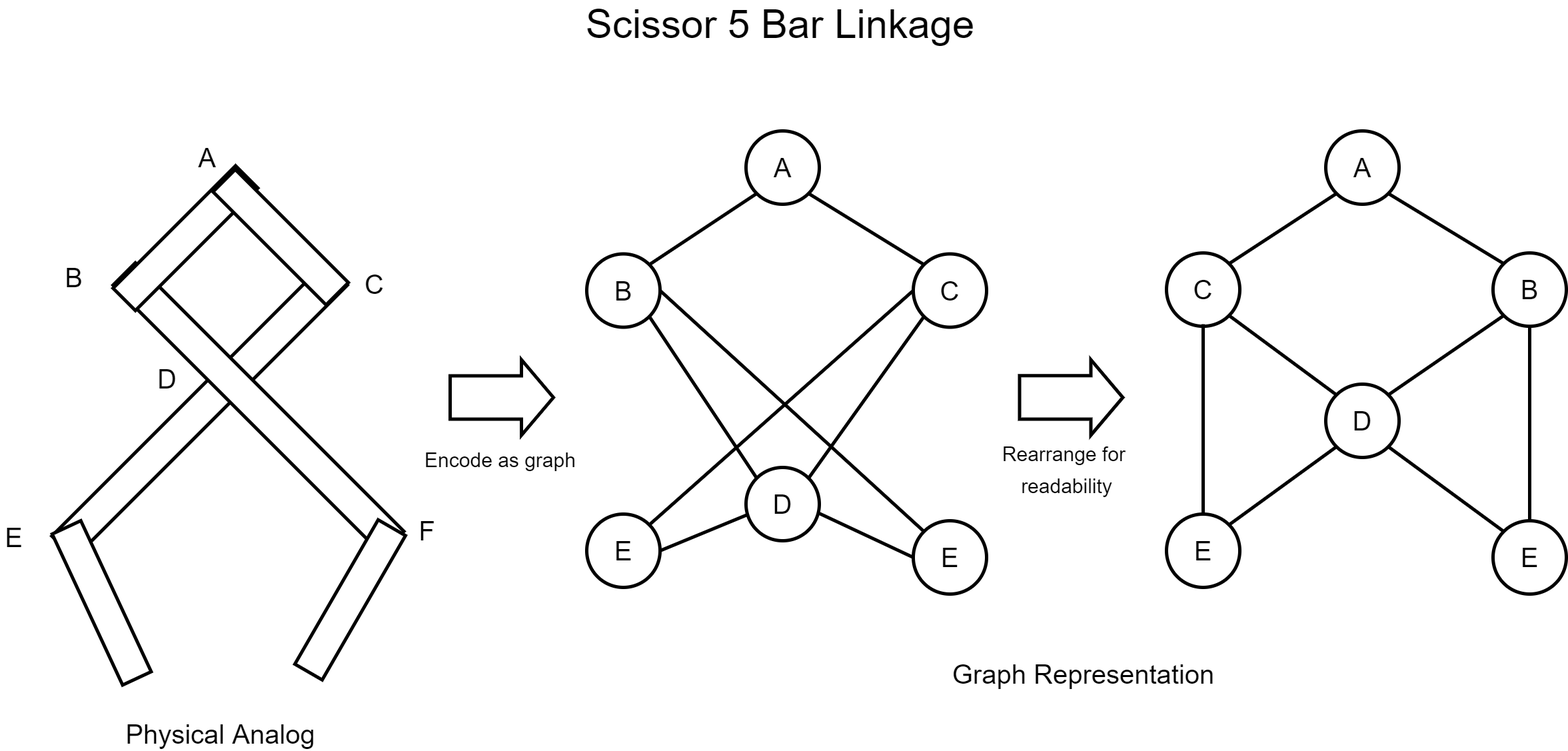
This is assets/diagrams/scissor_5bl.png from brandon-gamble/drawing_machine, a draw.io export, as it was before one commit. Source tidied: cells renumbered, new cells last; positions are measured from the earlier drawing's top-left corner, leaving out a move shared by most shapes. Its diagram source:
```xml
<mxGraphModel>
  <root>
    <mxCell id="0" />
    <mxCell id="1" parent="0" />
    <mxCell id="2" value="&lt;font style=&quot;font-size: 40px&quot;&gt;E&lt;/font&gt;" style="ellipse;whiteSpace=wrap;html=1;strokeWidth=5;" parent="1" vertex="1">
      <mxGeometry x="880" y="765" width="110" height="110" as="geometry" />
    </mxCell>
    <mxCell id="3" style="endArrow=none;html=1;rounded=0;fontSize=25;strokeWidth=5;exitX=1;exitY=0;exitDx=0;exitDy=0;entryX=0;entryY=1;entryDx=0;entryDy=0;" parent="1" edge="1" source="19" target="20">
      <mxGeometry relative="1" as="geometry" />
    </mxCell>
    <mxCell id="4" style="rounded=0;whiteSpace=wrap;html=1;fontSize=25;strokeWidth=5;rotation=-45;" parent="1" vertex="1">
      <mxGeometry x="9" y="586" width="580" height="47.4" as="geometry" />
    </mxCell>
    <mxCell id="5" style="rounded=0;whiteSpace=wrap;html=1;fontSize=25;strokeWidth=5;rotation=-135;" parent="1" vertex="1">
      <mxGeometry x="102.4" y="582.4" width="570" height="47.4" as="geometry" />
    </mxCell>
    <mxCell id="6" style="rounded=0;whiteSpace=wrap;html=1;fontSize=25;strokeWidth=5;rotation=-45;" parent="1" vertex="1">
      <mxGeometry x="147.8" y="327.2" width="260" height="47.4" as="geometry" />
    </mxCell>
    <mxCell id="7" style="rounded=0;whiteSpace=wrap;html=1;fontSize=25;strokeWidth=5;rotation=-135;" parent="1" vertex="1">
      <mxGeometry x="300.8" y="325.8" width="240" height="47.4" as="geometry" />
    </mxCell>
    <mxCell id="8" style="rounded=0;whiteSpace=wrap;html=1;fontSize=25;strokeWidth=5;rotation=-115;" parent="1" vertex="1">
      <mxGeometry x="27.1" y="874.5" width="250" height="47.4" as="geometry" />
    </mxCell>
    <mxCell id="9" style="rounded=0;whiteSpace=wrap;html=1;fontSize=25;strokeWidth=5;rotation=-60;" parent="1" vertex="1">
      <mxGeometry x="400" y="870" width="250" height="47.4" as="geometry" />
    </mxCell>
    <mxCell id="10" value="&lt;font style=&quot;font-size: 40px&quot;&gt;A&lt;/font&gt;" style="text;html=1;align=center;verticalAlign=middle;strokeColor=none;fillColor=none;fontSize=25;" parent="1" vertex="1">
      <mxGeometry x="290" y="210" width="40" height="40" as="geometry" />
    </mxCell>
    <mxCell id="11" value="&lt;font style=&quot;font-size: 40px&quot;&gt;B&lt;/font&gt;" style="text;html=1;align=center;verticalAlign=middle;strokeColor=none;fillColor=none;fontSize=25;" parent="1" vertex="1">
      <mxGeometry x="90" y="390" width="40" height="40" as="geometry" />
    </mxCell>
    <mxCell id="12" value="&lt;font style=&quot;font-size: 40px&quot;&gt;C&lt;/font&gt;" style="text;html=1;align=center;verticalAlign=middle;strokeColor=none;fillColor=none;fontSize=25;" parent="1" vertex="1">
      <mxGeometry x="540.8" y="400" width="40" height="40" as="geometry" />
    </mxCell>
    <mxCell id="13" value="&lt;font style=&quot;font-size: 40px&quot;&gt;D&lt;/font&gt;" style="text;html=1;align=center;verticalAlign=middle;strokeColor=none;fillColor=none;fontSize=25;" parent="1" vertex="1">
      <mxGeometry x="230" y="542.4" width="40" height="40" as="geometry" />
    </mxCell>
    <mxCell id="14" value="E" style="text;html=1;align=center;verticalAlign=middle;strokeColor=none;fillColor=none;fontSize=40;" parent="1" vertex="1">
      <mxGeometry y="775" width="40" height="50" as="geometry" />
    </mxCell>
    <mxCell id="15" value="F" style="text;html=1;align=center;verticalAlign=middle;strokeColor=none;fillColor=none;fontSize=40;" parent="1" vertex="1">
      <mxGeometry x="620" y="765" width="40" height="50" as="geometry" />
    </mxCell>
    <mxCell id="16" value="&lt;font style=&quot;font-size: 40px&quot;&gt;E&lt;/font&gt;" style="ellipse;whiteSpace=wrap;html=1;strokeWidth=5;" parent="1" vertex="1">
      <mxGeometry x="1370" y="775" width="110" height="110" as="geometry" />
    </mxCell>
    <mxCell id="17" value="&lt;font style=&quot;font-size: 40px&quot;&gt;D&lt;/font&gt;" style="ellipse;whiteSpace=wrap;html=1;strokeWidth=5;" parent="1" vertex="1">
      <mxGeometry x="1119" y="695" width="110" height="110" as="geometry" />
    </mxCell>
    <mxCell id="18" value="&lt;font style=&quot;font-size: 40px&quot;&gt;C&lt;/font&gt;" style="ellipse;whiteSpace=wrap;html=1;strokeWidth=5;" parent="1" vertex="1">
      <mxGeometry x="1370" y="374.5" width="110" height="110" as="geometry" />
    </mxCell>
    <mxCell id="19" value="&lt;font style=&quot;font-size: 40px&quot;&gt;B&lt;/font&gt;" style="ellipse;whiteSpace=wrap;html=1;strokeWidth=5;" parent="1" vertex="1">
      <mxGeometry x="880" y="374.5" width="110" height="110" as="geometry" />
    </mxCell>
    <mxCell id="20" value="&lt;font style=&quot;font-size: 40px&quot;&gt;A&lt;/font&gt;" style="ellipse;whiteSpace=wrap;html=1;strokeWidth=5;" parent="1" vertex="1">
      <mxGeometry x="1119" y="190" width="110" height="110" as="geometry" />
    </mxCell>
    <mxCell id="21" style="endArrow=none;html=1;rounded=0;fontSize=25;strokeWidth=5;exitX=0;exitY=0;exitDx=0;exitDy=0;entryX=1;entryY=1;entryDx=0;entryDy=0;" parent="1" edge="1" source="18" target="20">
      <mxGeometry relative="1" as="geometry" />
    </mxCell>
    <mxCell id="22" style="endArrow=none;html=1;rounded=0;fontSize=25;strokeWidth=5;exitX=1;exitY=0;exitDx=0;exitDy=0;entryX=0;entryY=1;entryDx=0;entryDy=0;" parent="1" edge="1" source="17" target="18">
      <mxGeometry relative="1" as="geometry" />
    </mxCell>
    <mxCell id="23" style="endArrow=none;html=1;rounded=0;fontSize=25;strokeWidth=5;exitX=0;exitY=0;exitDx=0;exitDy=0;entryX=1;entryY=1;entryDx=0;entryDy=0;" parent="1" edge="1" source="17" target="19">
      <mxGeometry relative="1" as="geometry" />
    </mxCell>
    <mxCell id="24" style="endArrow=none;html=1;rounded=0;fontSize=25;strokeWidth=5;exitX=0;exitY=0.5;exitDx=0;exitDy=0;entryX=1;entryY=0;entryDx=0;entryDy=0;" parent="1" edge="1" source="18" target="2">
      <mxGeometry relative="1" as="geometry" />
    </mxCell>
    <mxCell id="25" style="endArrow=none;html=1;rounded=0;fontSize=25;strokeWidth=5;entryX=1;entryY=0.5;entryDx=0;entryDy=0;exitX=0;exitY=0;exitDx=0;exitDy=0;" parent="1" edge="1" source="16" target="19">
      <mxGeometry relative="1" as="geometry" />
    </mxCell>
    <mxCell id="26" style="endArrow=none;html=1;rounded=0;fontSize=25;strokeWidth=5;exitX=1;exitY=0.5;exitDx=0;exitDy=0;entryX=0.018;entryY=0.645;entryDx=0;entryDy=0;entryPerimeter=0;" parent="1" edge="1" source="2" target="17">
      <mxGeometry relative="1" as="geometry" />
    </mxCell>
    <mxCell id="27" style="endArrow=none;html=1;rounded=0;fontSize=25;strokeWidth=5;exitX=0;exitY=0.5;exitDx=0;exitDy=0;entryX=1;entryY=0.627;entryDx=0;entryDy=0;entryPerimeter=0;" parent="1" edge="1" source="16" target="17">
      <mxGeometry relative="1" as="geometry" />
    </mxCell>
    <mxCell id="28" value="&lt;font style=&quot;font-size: 40px&quot;&gt;E&lt;/font&gt;" style="ellipse;whiteSpace=wrap;html=1;strokeWidth=5;" parent="1" vertex="1">
      <mxGeometry x="1750" y="765" width="110" height="110" as="geometry" />
    </mxCell>
    <mxCell id="29" style="endArrow=none;html=1;rounded=0;fontSize=25;strokeWidth=5;exitX=0;exitY=0;exitDx=0;exitDy=0;entryX=1;entryY=1;entryDx=0;entryDy=0;" parent="1" edge="1" source="33" target="34">
      <mxGeometry relative="1" as="geometry" />
    </mxCell>
    <mxCell id="30" value="&lt;font style=&quot;font-size: 40px&quot;&gt;E&lt;/font&gt;" style="ellipse;whiteSpace=wrap;html=1;strokeWidth=5;" parent="1" vertex="1">
      <mxGeometry x="2240" y="775" width="110" height="110" as="geometry" />
    </mxCell>
    <mxCell id="31" value="&lt;font style=&quot;font-size: 40px&quot;&gt;D&lt;/font&gt;" style="ellipse;whiteSpace=wrap;html=1;strokeWidth=5;" parent="1" vertex="1">
      <mxGeometry x="1989" y="570" width="110" height="110" as="geometry" />
    </mxCell>
    <mxCell id="32" value="&lt;font style=&quot;font-size: 40px&quot;&gt;C&lt;/font&gt;" style="ellipse;whiteSpace=wrap;html=1;strokeWidth=5;" parent="1" vertex="1">
      <mxGeometry x="1750" y="373.1" width="110" height="110" as="geometry" />
    </mxCell>
    <mxCell id="33" value="&lt;font style=&quot;font-size: 40px&quot;&gt;B&lt;/font&gt;" style="ellipse;whiteSpace=wrap;html=1;strokeWidth=5;" parent="1" vertex="1">
      <mxGeometry x="2240" y="373.1" width="110" height="110" as="geometry" />
    </mxCell>
    <mxCell id="34" value="&lt;font style=&quot;font-size: 40px&quot;&gt;A&lt;/font&gt;" style="ellipse;whiteSpace=wrap;html=1;strokeWidth=5;" parent="1" vertex="1">
      <mxGeometry x="1989" y="190" width="110" height="110" as="geometry" />
    </mxCell>
    <mxCell id="35" style="endArrow=none;html=1;rounded=0;fontSize=25;strokeWidth=5;exitX=1;exitY=0;exitDx=0;exitDy=0;entryX=0;entryY=1;entryDx=0;entryDy=0;" parent="1" edge="1" source="32" target="34">
      <mxGeometry relative="1" as="geometry" />
    </mxCell>
    <mxCell id="36" style="endArrow=none;html=1;rounded=0;fontSize=25;strokeWidth=5;exitX=0;exitY=0;exitDx=0;exitDy=0;entryX=1;entryY=1;entryDx=0;entryDy=0;" parent="1" edge="1" source="31" target="32">
      <mxGeometry relative="1" as="geometry" />
    </mxCell>
    <mxCell id="37" style="endArrow=none;html=1;rounded=0;fontSize=25;strokeWidth=5;exitX=1;exitY=0;exitDx=0;exitDy=0;entryX=0;entryY=1;entryDx=0;entryDy=0;" parent="1" edge="1" source="31" target="33">
      <mxGeometry relative="1" as="geometry" />
    </mxCell>
    <mxCell id="38" style="endArrow=none;html=1;rounded=0;fontSize=25;strokeWidth=5;entryX=0.5;entryY=0;entryDx=0;entryDy=0;" parent="1" edge="1" target="28">
      <mxGeometry relative="1" as="geometry">
        <mxPoint x="1805" y="480" as="sourcePoint" />
      </mxGeometry>
    </mxCell>
    <mxCell id="39" style="endArrow=none;html=1;rounded=0;fontSize=25;strokeWidth=5;entryX=0.5;entryY=1;entryDx=0;entryDy=0;exitX=0.5;exitY=0;exitDx=0;exitDy=0;" parent="1" edge="1" source="30" target="33">
      <mxGeometry relative="1" as="geometry" />
    </mxCell>
    <mxCell id="40" style="endArrow=none;html=1;rounded=0;fontSize=25;strokeWidth=5;exitX=1;exitY=0;exitDx=0;exitDy=0;entryX=0;entryY=1;entryDx=0;entryDy=0;" parent="1" edge="1" source="28" target="31">
      <mxGeometry relative="1" as="geometry" />
    </mxCell>
    <mxCell id="41" style="endArrow=none;html=1;rounded=0;fontSize=25;strokeWidth=5;exitX=0;exitY=0;exitDx=0;exitDy=0;entryX=1;entryY=1;entryDx=0;entryDy=0;" parent="1" edge="1" source="30" target="31">
      <mxGeometry relative="1" as="geometry" />
    </mxCell>
    <mxCell id="42" style="shape=flexArrow;endArrow=classic;html=1;rounded=0;fontSize=40;strokeWidth=5;endWidth=43.321799307958464;endSize=14.329411764705883;width=61.1764705882353;" parent="1" edge="1">
      <mxGeometry relative="1" as="geometry">
        <mxPoint x="672.4" y="590" as="sourcePoint" />
        <mxPoint x="832.4" y="590" as="targetPoint" />
      </mxGeometry>
    </mxCell>
    <mxCell id="43" style="shape=flexArrow;endArrow=classic;html=1;rounded=0;fontSize=40;strokeWidth=5;endWidth=43.321799307958464;endSize=14.329411764705883;width=61.1764705882353;" parent="1" edge="1">
      <mxGeometry relative="1" as="geometry">
        <mxPoint x="1527" y="590" as="sourcePoint" />
        <mxPoint x="1687" y="590" as="targetPoint" />
      </mxGeometry>
    </mxCell>
    <mxCell id="44" value="&lt;font style=&quot;font-size: 30px&quot;&gt;Encode as graph&lt;/font&gt;" style="text;html=1;align=center;verticalAlign=middle;strokeColor=none;fillColor=none;fontSize=40;" parent="1" vertex="1">
      <mxGeometry x="630" y="650" width="240" height="60" as="geometry" />
    </mxCell>
    <mxCell id="45" value="&lt;font style=&quot;font-size: 30px&quot;&gt;Rearrange for&amp;nbsp;&lt;br&gt;readability&lt;br&gt;&lt;/font&gt;" style="text;html=1;align=center;verticalAlign=middle;strokeColor=none;fillColor=none;fontSize=40;" parent="1" vertex="1">
      <mxGeometry x="1495" y="640" width="210" height="110" as="geometry" />
    </mxCell>
    <mxCell id="46" value="&lt;font style=&quot;font-size: 40px&quot;&gt;Physical Analog&lt;/font&gt;" style="text;html=1;align=center;verticalAlign=middle;strokeColor=none;fillColor=none;fontSize=30;" parent="1" vertex="1">
      <mxGeometry x="180" y="1070" width="300" height="50" as="geometry" />
    </mxCell>
    <mxCell id="47" value="&lt;span style=&quot;font-size: 40px&quot;&gt;Graph Representation&lt;/span&gt;" style="text;html=1;align=center;verticalAlign=middle;strokeColor=none;fillColor=none;fontSize=30;" parent="1" vertex="1">
      <mxGeometry x="1420" y="980" width="410" height="50" as="geometry" />
    </mxCell>
    <mxCell id="48" value="&lt;font style=&quot;font-size: 60px&quot;&gt;Scissor 5 Bar Linkage&lt;/font&gt;" style="text;html=1;align=center;verticalAlign=middle;strokeColor=none;fillColor=none;fontSize=40;" parent="1" vertex="1">
      <mxGeometry x="870" width="600" height="60" as="geometry" />
    </mxCell>
  </root>
</mxGraphModel>
```
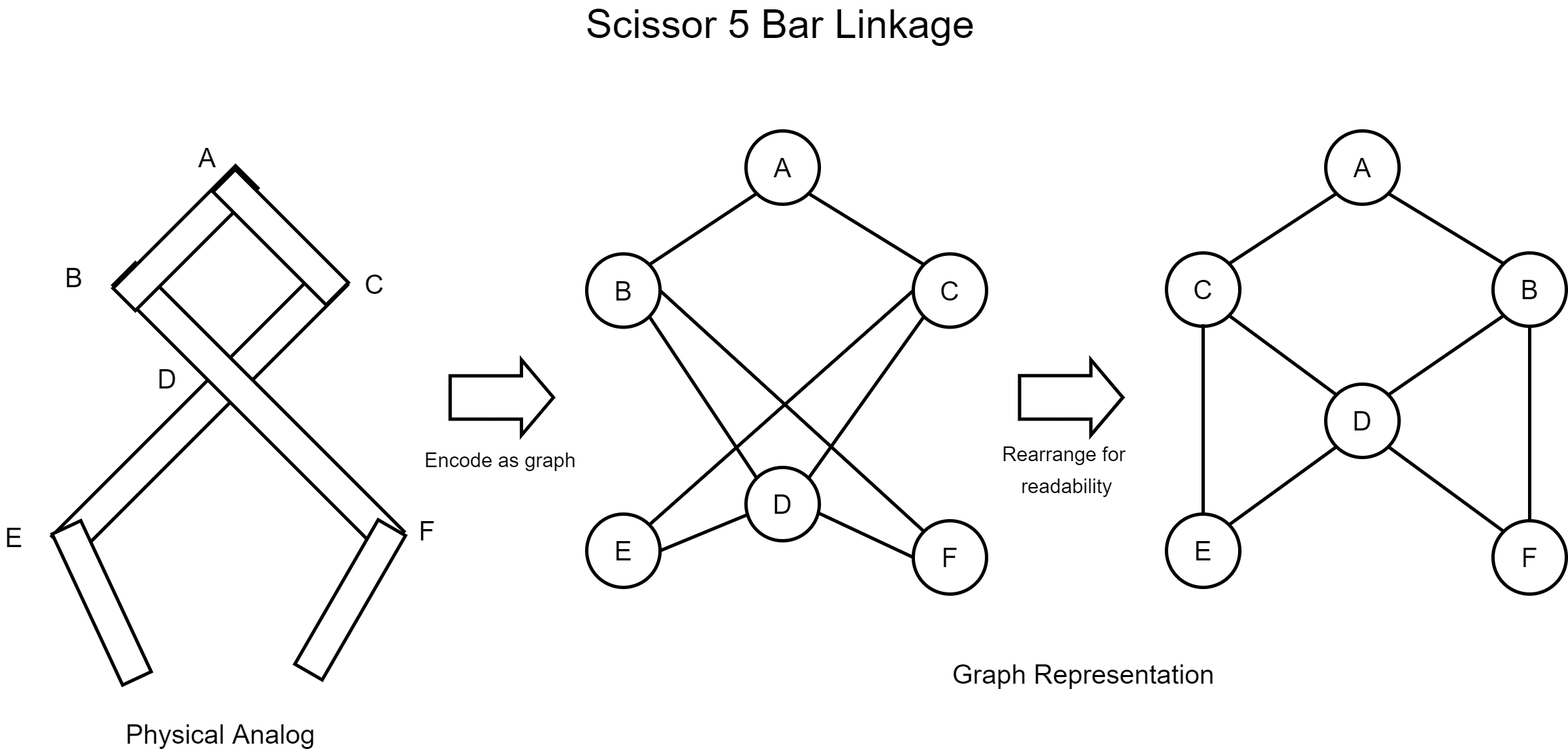
The same file after the commit.

Commit message:
readme: updates and additions to figures

Diff of the diagram source:
```diff
@@ -44,7 +44,7 @@
     <mxCell id="15" value="F" style="text;html=1;align=center;verticalAlign=middle;strokeColor=none;fillColor=none;fontSize=40;" parent="1" vertex="1">
       <mxGeometry x="620" y="765" width="40" height="50" as="geometry" />
     </mxCell>
-    <mxCell id="16" value="&lt;font style=&quot;font-size: 40px&quot;&gt;E&lt;/font&gt;" style="ellipse;whiteSpace=wrap;html=1;strokeWidth=5;" parent="1" vertex="1">
+    <mxCell id="16" value="&lt;font style=&quot;font-size: 40px&quot;&gt;F&lt;/font&gt;" style="ellipse;whiteSpace=wrap;html=1;strokeWidth=5;" parent="1" vertex="1">
       <mxGeometry x="1370" y="775" width="110" height="110" as="geometry" />
     </mxCell>
     <mxCell id="17" value="&lt;font style=&quot;font-size: 40px&quot;&gt;D&lt;/font&gt;" style="ellipse;whiteSpace=wrap;html=1;strokeWidth=5;" parent="1" vertex="1">
@@ -86,7 +86,7 @@
     <mxCell id="29" style="endArrow=none;html=1;rounded=0;fontSize=25;strokeWidth=5;exitX=0;exitY=0;exitDx=0;exitDy=0;entryX=1;entryY=1;entryDx=0;entryDy=0;" parent="1" edge="1" source="33" target="34">
       <mxGeometry relative="1" as="geometry" />
     </mxCell>
-    <mxCell id="30" value="&lt;font style=&quot;font-size: 40px&quot;&gt;E&lt;/font&gt;" style="ellipse;whiteSpace=wrap;html=1;strokeWidth=5;" parent="1" vertex="1">
+    <mxCell id="30" value="&lt;font style=&quot;font-size: 40px&quot;&gt;F&lt;/font&gt;" style="ellipse;whiteSpace=wrap;html=1;strokeWidth=5;" parent="1" vertex="1">
       <mxGeometry x="2240" y="775" width="110" height="110" as="geometry" />
     </mxCell>
     <mxCell id="31" value="&lt;font style=&quot;font-size: 40px&quot;&gt;D&lt;/font&gt;" style="ellipse;whiteSpace=wrap;html=1;strokeWidth=5;" parent="1" vertex="1">
```
